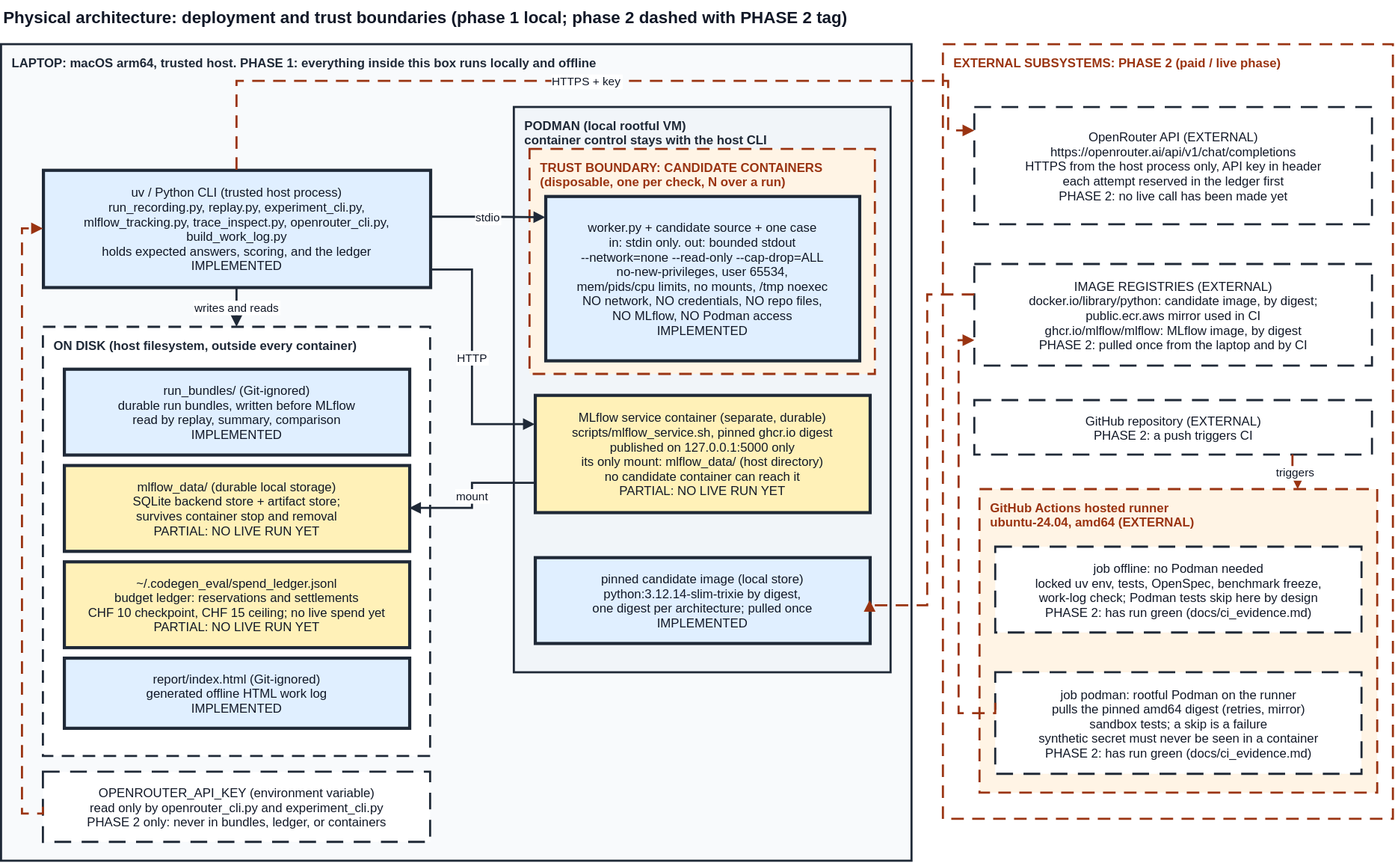
Above: docs/architecture_physical.drawio.svg in jolbax-training/cas_aml_mlops_project (draw.io), before the change. Source tidied: cells renumbered, new cells last; positions are measured from the earlier drawing's top-left corner, leaving out a move shared by most shapes. Source of this version:
```xml
<mxGraphModel>
  <root>
    <mxCell id="0" />
    <mxCell id="1" parent="0" />
    <mxCell id="2" value="Physical architecture: deployment and trust boundaries (phase 1 local; phase 2 dashed with PHASE 2 tag)" style="text;html=0;strokeColor=none;fillColor=none;align=left;verticalAlign=top;fontSize=16;fontStyle=1;fontColor=#111827;fontFamily=Helvetica;" parent="1" vertex="1">
      <mxGeometry width="1300" height="24" as="geometry" />
    </mxCell>
    <mxCell id="3" value="LAPTOP: macOS arm64, trusted host. PHASE 1: everything inside this box runs locally and offline" style="rounded=0;html=0;fillColor=#F8FAFC;strokeColor=#1F2937;strokeWidth=2;verticalAlign=top;align=left;spacingLeft=8;spacingTop=4;fontSize=12;fontStyle=1;fontColor=#1F2937;fontFamily=Helvetica;" parent="1" vertex="1">
      <mxGeometry y="42" width="870" height="780" as="geometry" />
    </mxCell>
    <mxCell id="4" value="uv / Python CLI (trusted host process)&#10;run_recording.py, replay.py, experiment_cli.py,&#10;mlflow_tracking.py, trace_inspect.py, openrouter_cli.py,&#10;build_work_log.py&#10;holds expected answers, scoring, and the ledger&#10;IMPLEMENTED" style="rounded=0;html=0;fillColor=#E0EFFF;strokeColor=#1F2937;strokeWidth=3;fontSize=12;fontColor=#111827;fontFamily=Helvetica;" parent="1" vertex="1">
      <mxGeometry x="40" y="162" width="370" height="112" as="geometry" />
    </mxCell>
    <mxCell id="5" value="ON DISK (host filesystem, outside every container)" style="rounded=0;html=0;fillColor=#FFFFFF;strokeColor=#1F2937;strokeWidth=2;dashed=1;dashPattern=6 4;verticalAlign=top;align=left;spacingLeft=8;spacingTop=4;fontSize=12;fontStyle=1;fontColor=#1F2937;fontFamily=Helvetica;" parent="1" vertex="1">
      <mxGeometry x="40" y="312" width="370" height="410" as="geometry" />
    </mxCell>
    <mxCell id="6" value="run_bundles/ (Git-ignored)&#10;durable run bundles, written before MLflow&#10;read by replay, summary, comparison&#10;IMPLEMENTED" style="rounded=0;html=0;fillColor=#E0EFFF;strokeColor=#1F2937;strokeWidth=3;fontSize=12;fontColor=#111827;fontFamily=Helvetica;" parent="1" vertex="1">
      <mxGeometry x="60" y="352" width="330" height="82" as="geometry" />
    </mxCell>
    <mxCell id="7" value="mlflow_data/ (durable local storage)&#10;SQLite backend store + artifact store;&#10;survives container stop and removal&#10;PARTIAL: NO LIVE RUN YET" style="rounded=0;html=0;fillColor=#FFF1B8;strokeColor=#1F2937;strokeWidth=3;fontSize=12;fontColor=#111827;fontFamily=Helvetica;" parent="1" vertex="1">
      <mxGeometry x="60" y="444" width="330" height="82" as="geometry" />
    </mxCell>
    <mxCell id="8" value="~/.codegen_eval/spend_ledger.jsonl&#10;budget ledger: reservations and settlements&#10;CHF 10 checkpoint, CHF 15 ceiling; no live spend yet&#10;PARTIAL: NO LIVE RUN YET" style="rounded=0;html=0;fillColor=#FFF1B8;strokeColor=#1F2937;strokeWidth=3;fontSize=12;fontColor=#111827;fontFamily=Helvetica;" parent="1" vertex="1">
      <mxGeometry x="60" y="536" width="330" height="82" as="geometry" />
    </mxCell>
    <mxCell id="9" value="report/index.html (Git-ignored)&#10;generated offline HTML work log&#10;IMPLEMENTED" style="rounded=0;html=0;fillColor=#E0EFFF;strokeColor=#1F2937;strokeWidth=3;fontSize=12;fontColor=#111827;fontFamily=Helvetica;" parent="1" vertex="1">
      <mxGeometry x="60" y="628" width="330" height="67" as="geometry" />
    </mxCell>
    <mxCell id="10" value="PODMAN (local rootful VM)&#10;container control stays with the host CLI" style="rounded=0;html=0;fillColor=#F1F5F9;strokeColor=#1F2937;strokeWidth=2;verticalAlign=top;align=left;spacingLeft=8;spacingTop=4;fontSize=12;fontStyle=1;fontColor=#1F2937;fontFamily=Helvetica;" parent="1" vertex="1">
      <mxGeometry x="490" y="102" width="360" height="540" as="geometry" />
    </mxCell>
    <mxCell id="11" value="TRUST BOUNDARY: CANDIDATE CONTAINERS&#10;(disposable, one per check, N over a run)" style="rounded=0;html=0;fillColor=#FFF4E5;strokeColor=#9A3412;strokeWidth=2;dashed=1;dashPattern=6 4;verticalAlign=top;align=left;spacingLeft=8;spacingTop=4;fontSize=12;fontStyle=1;fontColor=#9A3412;fontFamily=Helvetica;" parent="1" vertex="1">
      <mxGeometry x="505" y="142" width="330" height="215" as="geometry" />
    </mxCell>
    <mxCell id="12" value="worker.py + candidate source + one case&#10;in: stdin only. out: bounded stdout&#10;--network=none --read-only --cap-drop=ALL&#10;no-new-privileges, user 65534,&#10;mem/pids/cpu limits, no mounts, /tmp noexec&#10;NO network, NO credentials, NO repo files,&#10;NO MLflow, NO Podman access&#10;IMPLEMENTED" style="rounded=0;html=0;fillColor=#E0EFFF;strokeColor=#1F2937;strokeWidth=3;fontSize=12;fontColor=#111827;fontFamily=Helvetica;" parent="1" vertex="1">
      <mxGeometry x="520" y="187" width="300" height="157" as="geometry" />
    </mxCell>
    <mxCell id="13" value="MLflow service container (separate, durable)&#10;scripts/mlflow_service.sh, pinned ghcr.io digest&#10;published on 127.0.0.1:5000 only&#10;its only mount: mlflow_data/ (host directory)&#10;no candidate container can reach it&#10;PARTIAL: NO LIVE RUN YET" style="rounded=0;html=0;fillColor=#FFF1B8;strokeColor=#1F2937;strokeWidth=3;fontSize=12;fontColor=#111827;fontFamily=Helvetica;" parent="1" vertex="1">
      <mxGeometry x="510" y="377" width="320" height="112" as="geometry" />
    </mxCell>
    <mxCell id="14" value="pinned candidate image (local store)&#10;python:3.12.14-slim-trixie by digest,&#10;one digest per architecture; pulled once&#10;IMPLEMENTED" style="rounded=0;html=0;fillColor=#E0EFFF;strokeColor=#1F2937;strokeWidth=3;fontSize=12;fontColor=#111827;fontFamily=Helvetica;" parent="1" vertex="1">
      <mxGeometry x="510" y="532" width="320" height="82" as="geometry" />
    </mxCell>
    <mxCell id="15" value="stdio" style="edgeStyle=orthogonalEdgeStyle;html=0;rounded=0;strokeColor=#1F2937;strokeWidth=2;endArrow=block;endFill=1;fontSize=11;fontColor=#111827;fontFamily=Helvetica;labelBackgroundColor=#FFFFFF;exitX=1;exitY=0.4;exitDx=0;exitDy=0;entryX=0;entryY=0.13;entryDx=0;entryDy=0;" parent="1" edge="1" source="4" target="12">
      <mxGeometry relative="1" as="geometry" />
    </mxCell>
    <mxCell id="16" value="writes and reads" style="edgeStyle=orthogonalEdgeStyle;html=0;rounded=0;strokeColor=#1F2937;strokeWidth=2;endArrow=block;endFill=1;fontSize=11;fontColor=#111827;fontFamily=Helvetica;labelBackgroundColor=#FFFFFF;exitX=0.5;exitY=1;exitDx=0;exitDy=0;entryX=0.5;entryY=0;entryDx=0;entryDy=0;" parent="1" edge="1" source="4" target="5">
      <mxGeometry relative="1" as="geometry" />
    </mxCell>
    <mxCell id="17" value="HTTP" style="edgeStyle=orthogonalEdgeStyle;html=0;rounded=0;strokeColor=#1F2937;strokeWidth=2;endArrow=block;endFill=1;fontSize=11;fontColor=#111827;fontFamily=Helvetica;labelBackgroundColor=#FFFFFF;exitX=1;exitY=0.85;exitDx=0;exitDy=0;entryX=0;entryY=0.25;entryDx=0;entryDy=0;" parent="1" edge="1" source="4" target="13">
      <mxGeometry relative="1" as="geometry">
        <Array as="points">
          <mxPoint x="450" y="257" />
          <mxPoint x="450" y="405" />
        </Array>
      </mxGeometry>
    </mxCell>
    <mxCell id="18" value="mount" style="edgeStyle=orthogonalEdgeStyle;html=0;rounded=0;strokeColor=#1F2937;strokeWidth=2;endArrow=block;endFill=1;fontSize=11;fontColor=#111827;fontFamily=Helvetica;labelBackgroundColor=#FFFFFF;exitX=0;exitY=0.75;exitDx=0;exitDy=0;entryX=1;entryY=0.5;entryDx=0;entryDy=0;" parent="1" edge="1" source="13" target="7">
      <mxGeometry relative="1" as="geometry" />
    </mxCell>
    <mxCell id="19" value="phase2" parent="0" />
    <mxCell id="20" value="OPENROUTER_API_KEY (environment variable)&#10;read only by openrouter_cli.py and experiment_cli.py&#10;PHASE 2 only: never in bundles, ledger, or containers" style="rounded=0;html=0;fillColor=#FFFFFF;strokeColor=#1F2937;strokeWidth=2;dashed=1;dashPattern=8 5;fontSize=12;fontColor=#111827;fontFamily=Helvetica;" parent="19" vertex="1">
      <mxGeometry x="40" y="737" width="370" height="67" as="geometry" />
    </mxCell>
    <mxCell id="21" value="EXTERNAL SUBSYSTEMS: PHASE 2 (paid / live phase)" style="rounded=0;html=0;fillColor=#FFFFFF;strokeColor=#9A3412;strokeWidth=2;dashed=1;dashPattern=6 4;verticalAlign=top;align=left;spacingLeft=8;spacingTop=4;fontSize=12;fontStyle=1;fontColor=#9A3412;fontFamily=Helvetica;" parent="19" vertex="1">
      <mxGeometry x="900" y="42" width="430" height="740" as="geometry" />
    </mxCell>
    <mxCell id="22" value="OpenRouter API (EXTERNAL)&#10;https://openrouter.ai/api/v1/chat/completions&#10;HTTPS from the host process only, API key in header&#10;each attempt reserved in the ledger first&#10;PHASE 2: no live call has been made yet" style="rounded=0;html=0;fillColor=#FFFFFF;strokeColor=#1F2937;strokeWidth=2;dashed=1;dashPattern=8 5;fontSize=12;fontColor=#111827;fontFamily=Helvetica;" parent="19" vertex="1">
      <mxGeometry x="930" y="102" width="380" height="112" as="geometry" />
    </mxCell>
    <mxCell id="23" value="IMAGE REGISTRIES (EXTERNAL)&#10;docker.io/library/python: candidate image, by digest;&#10;public.ecr.aws mirror used in CI&#10;ghcr.io/mlflow/mlflow: MLflow image, by digest&#10;PHASE 2: pulled once from the laptop and by CI" style="rounded=0;html=0;fillColor=#FFFFFF;strokeColor=#1F2937;strokeWidth=2;dashed=1;dashPattern=8 5;fontSize=12;fontColor=#111827;fontFamily=Helvetica;" parent="19" vertex="1">
      <mxGeometry x="930" y="252" width="380" height="97" as="geometry" />
    </mxCell>
    <mxCell id="24" value="GitHub repository (EXTERNAL)&#10;PHASE 2: a push triggers CI" style="rounded=0;html=0;fillColor=#FFFFFF;strokeColor=#1F2937;strokeWidth=2;dashed=1;dashPattern=8 5;fontSize=12;fontColor=#111827;fontFamily=Helvetica;" parent="19" vertex="1">
      <mxGeometry x="930" y="382" width="380" height="52" as="geometry" />
    </mxCell>
    <mxCell id="25" value="GitHub Actions hosted runner&#10;ubuntu-24.04, amd64 (EXTERNAL)" style="rounded=0;html=0;fillColor=#FFF4E5;strokeColor=#9A3412;strokeWidth=2;dashed=1;dashPattern=6 4;verticalAlign=top;align=left;spacingLeft=8;spacingTop=4;fontSize=12;fontStyle=1;fontColor=#9A3412;fontFamily=Helvetica;" parent="19" vertex="1">
      <mxGeometry x="935" y="467" width="380" height="290" as="geometry" />
    </mxCell>
    <mxCell id="26" value="job offline: no Podman needed&#10;locked uv env, tests, OpenSpec, benchmark freeze,&#10;work-log check; Podman tests skip here by design&#10;PHASE 2: has run green (docs/ci_evidence.md)" style="rounded=0;html=0;fillColor=#FFFFFF;strokeColor=#1F2937;strokeWidth=2;dashed=1;dashPattern=8 5;fontSize=12;fontColor=#111827;fontFamily=Helvetica;" parent="19" vertex="1">
      <mxGeometry x="950" y="522" width="350" height="82" as="geometry" />
    </mxCell>
    <mxCell id="27" value="job podman: rootful Podman on the runner&#10;pulls the pinned amd64 digest (retries, mirror)&#10;sandbox tests; a skip is a failure&#10;synthetic secret must never be seen in a container&#10;PHASE 2: has run green (docs/ci_evidence.md)" style="rounded=0;html=0;fillColor=#FFFFFF;strokeColor=#1F2937;strokeWidth=2;dashed=1;dashPattern=8 5;fontSize=12;fontColor=#111827;fontFamily=Helvetica;" parent="19" vertex="1">
      <mxGeometry x="950" y="642" width="350" height="97" as="geometry" />
    </mxCell>
    <mxCell id="28" style="edgeStyle=orthogonalEdgeStyle;html=0;rounded=0;strokeColor=#9A3412;strokeWidth=2;dashed=1;dashPattern=6 4;endArrow=block;endFill=1;fontSize=11;fontColor=#111827;fontFamily=Helvetica;labelBackgroundColor=#FFFFFF;exitX=0;exitY=0.5;exitDx=0;exitDy=0;entryX=0;entryY=0.5;entryDx=0;entryDy=0;" parent="19" edge="1" source="20" target="4">
      <mxGeometry relative="1" as="geometry">
        <Array as="points">
          <mxPoint x="20" y="777" />
          <mxPoint x="20" y="218" />
        </Array>
      </mxGeometry>
    </mxCell>
    <mxCell id="29" value="HTTPS + key" style="edgeStyle=orthogonalEdgeStyle;html=0;rounded=0;strokeColor=#9A3412;strokeWidth=2;dashed=1;dashPattern=6 4;endArrow=block;endFill=1;fontSize=11;fontColor=#111827;fontFamily=Helvetica;labelBackgroundColor=#FFFFFF;exitX=0.5;exitY=0;exitDx=0;exitDy=0;entryX=0;entryY=0.2;entryDx=0;entryDy=0;" parent="19" edge="1" source="4" target="22">
      <mxGeometry relative="1" as="geometry">
        <Array as="points">
          <mxPoint x="225" y="77" />
          <mxPoint x="905" y="77" />
          <mxPoint x="905" y="124" />
        </Array>
      </mxGeometry>
    </mxCell>
    <mxCell id="30" style="edgeStyle=orthogonalEdgeStyle;html=0;rounded=0;strokeColor=#9A3412;strokeWidth=2;dashed=1;dashPattern=6 4;endArrow=block;endFill=1;fontSize=11;fontColor=#111827;fontFamily=Helvetica;labelBackgroundColor=#FFFFFF;exitX=0;exitY=0.3;exitDx=0;exitDy=0;entryX=1;entryY=0.5;entryDx=0;entryDy=0;" parent="19" edge="1" source="23" target="14">
      <mxGeometry relative="1" as="geometry">
        <Array as="points">
          <mxPoint x="885" y="281" />
          <mxPoint x="885" y="578" />
        </Array>
      </mxGeometry>
    </mxCell>
    <mxCell id="31" style="edgeStyle=orthogonalEdgeStyle;html=0;rounded=0;strokeColor=#9A3412;strokeWidth=2;dashed=1;dashPattern=6 4;endArrow=block;endFill=1;fontSize=11;fontColor=#111827;fontFamily=Helvetica;labelBackgroundColor=#FFFFFF;exitX=0;exitY=0.3;exitDx=0;exitDy=0;entryX=0;entryY=0.75;entryDx=0;entryDy=0;" parent="19" edge="1" source="27" target="23">
      <mxGeometry relative="1" as="geometry">
        <Array as="points">
          <mxPoint x="915" y="681" />
          <mxPoint x="915" y="325" />
        </Array>
      </mxGeometry>
    </mxCell>
    <mxCell id="32" value="triggers" style="edgeStyle=orthogonalEdgeStyle;html=0;rounded=0;strokeColor=#9A3412;strokeWidth=2;dashed=1;dashPattern=6 4;endArrow=block;endFill=1;fontSize=11;fontColor=#111827;fontFamily=Helvetica;labelBackgroundColor=#FFFFFF;exitX=0.8;exitY=1;exitDx=0;exitDy=0;entryX=0.8;entryY=0;entryDx=0;entryDy=0;" parent="19" edge="1" source="24" target="25">
      <mxGeometry relative="1" as="geometry" />
    </mxCell>
  </root>
</mxGraphModel>
```
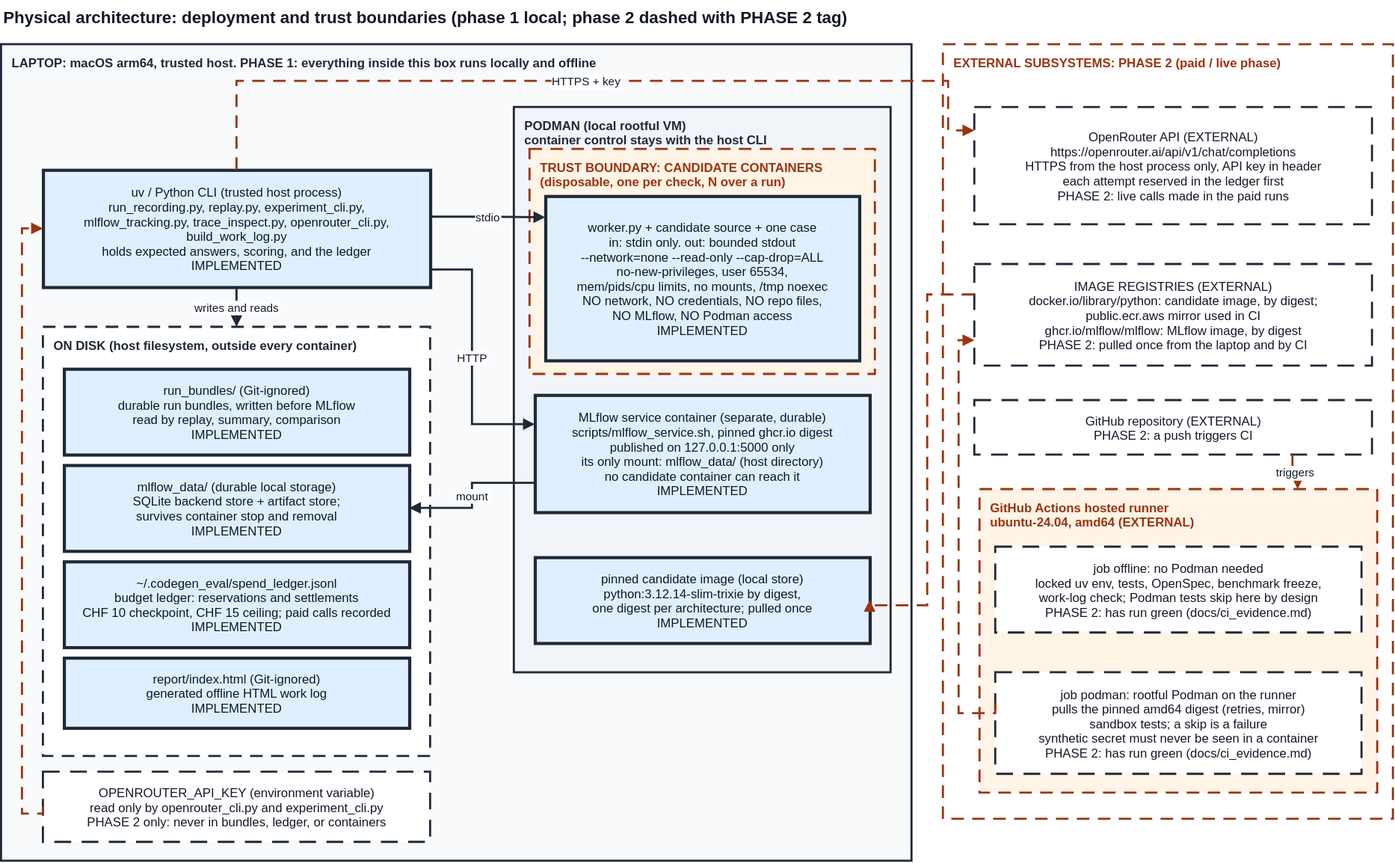
After the commit.

Change to the diagram source:
```diff
@@ -17,10 +17,10 @@
     <mxCell id="6" value="run_bundles/ (Git-ignored)&#10;durable run bundles, written before MLflow&#10;read by replay, summary, comparison&#10;IMPLEMENTED" style="rounded=0;html=0;fillColor=#E0EFFF;strokeColor=#1F2937;strokeWidth=3;fontSize=12;fontColor=#111827;fontFamily=Helvetica;" parent="1" vertex="1">
       <mxGeometry x="60" y="352" width="330" height="82" as="geometry" />
     </mxCell>
-    <mxCell id="7" value="mlflow_data/ (durable local storage)&#10;SQLite backend store + artifact store;&#10;survives container stop and removal&#10;PARTIAL: NO LIVE RUN YET" style="rounded=0;html=0;fillColor=#FFF1B8;strokeColor=#1F2937;strokeWidth=3;fontSize=12;fontColor=#111827;fontFamily=Helvetica;" parent="1" vertex="1">
+    <mxCell id="7" value="mlflow_data/ (durable local storage)&#10;SQLite backend store + artifact store;&#10;survives container stop and removal&#10;IMPLEMENTED" style="rounded=0;html=0;fillColor=#E0EFFF;strokeColor=#1F2937;strokeWidth=3;fontSize=12;fontColor=#111827;fontFamily=Helvetica;" parent="1" vertex="1">
       <mxGeometry x="60" y="444" width="330" height="82" as="geometry" />
     </mxCell>
-    <mxCell id="8" value="~/.codegen_eval/spend_ledger.jsonl&#10;budget ledger: reservations and settlements&#10;CHF 10 checkpoint, CHF 15 ceiling; no live spend yet&#10;PARTIAL: NO LIVE RUN YET" style="rounded=0;html=0;fillColor=#FFF1B8;strokeColor=#1F2937;strokeWidth=3;fontSize=12;fontColor=#111827;fontFamily=Helvetica;" parent="1" vertex="1">
+    <mxCell id="8" value="~/.codegen_eval/spend_ledger.jsonl&#10;budget ledger: reservations and settlements&#10;CHF 10 checkpoint, CHF 15 ceiling; paid calls recorded&#10;IMPLEMENTED" style="rounded=0;html=0;fillColor=#E0EFFF;strokeColor=#1F2937;strokeWidth=3;fontSize=12;fontColor=#111827;fontFamily=Helvetica;" parent="1" vertex="1">
       <mxGeometry x="60" y="536" width="330" height="82" as="geometry" />
     </mxCell>
     <mxCell id="9" value="report/index.html (Git-ignored)&#10;generated offline HTML work log&#10;IMPLEMENTED" style="rounded=0;html=0;fillColor=#E0EFFF;strokeColor=#1F2937;strokeWidth=3;fontSize=12;fontColor=#111827;fontFamily=Helvetica;" parent="1" vertex="1">
@@ -35,7 +35,7 @@
     <mxCell id="12" value="worker.py + candidate source + one case&#10;in: stdin only. out: bounded stdout&#10;--network=none --read-only --cap-drop=ALL&#10;no-new-privileges, user 65534,&#10;mem/pids/cpu limits, no mounts, /tmp noexec&#10;NO network, NO credentials, NO repo files,&#10;NO MLflow, NO Podman access&#10;IMPLEMENTED" style="rounded=0;html=0;fillColor=#E0EFFF;strokeColor=#1F2937;strokeWidth=3;fontSize=12;fontColor=#111827;fontFamily=Helvetica;" parent="1" vertex="1">
       <mxGeometry x="520" y="187" width="300" height="157" as="geometry" />
     </mxCell>
-    <mxCell id="13" value="MLflow service container (separate, durable)&#10;scripts/mlflow_service.sh, pinned ghcr.io digest&#10;published on 127.0.0.1:5000 only&#10;its only mount: mlflow_data/ (host directory)&#10;no candidate container can reach it&#10;PARTIAL: NO LIVE RUN YET" style="rounded=0;html=0;fillColor=#FFF1B8;strokeColor=#1F2937;strokeWidth=3;fontSize=12;fontColor=#111827;fontFamily=Helvetica;" parent="1" vertex="1">
+    <mxCell id="13" value="MLflow service container (separate, durable)&#10;scripts/mlflow_service.sh, pinned ghcr.io digest&#10;published on 127.0.0.1:5000 only&#10;its only mount: mlflow_data/ (host directory)&#10;no candidate container can reach it&#10;IMPLEMENTED" style="rounded=0;html=0;fillColor=#E0EFFF;strokeColor=#1F2937;strokeWidth=3;fontSize=12;fontColor=#111827;fontFamily=Helvetica;" parent="1" vertex="1">
       <mxGeometry x="510" y="377" width="320" height="112" as="geometry" />
     </mxCell>
     <mxCell id="14" value="pinned candidate image (local store)&#10;python:3.12.14-slim-trixie by digest,&#10;one digest per architecture; pulled once&#10;IMPLEMENTED" style="rounded=0;html=0;fillColor=#E0EFFF;strokeColor=#1F2937;strokeWidth=3;fontSize=12;fontColor=#111827;fontFamily=Helvetica;" parent="1" vertex="1">
@@ -65,7 +65,7 @@
     <mxCell id="21" value="EXTERNAL SUBSYSTEMS: PHASE 2 (paid / live phase)" style="rounded=0;html=0;fillColor=#FFFFFF;strokeColor=#9A3412;strokeWidth=2;dashed=1;dashPattern=6 4;verticalAlign=top;align=left;spacingLeft=8;spacingTop=4;fontSize=12;fontStyle=1;fontColor=#9A3412;fontFamily=Helvetica;" parent="19" vertex="1">
       <mxGeometry x="900" y="42" width="430" height="740" as="geometry" />
     </mxCell>
-    <mxCell id="22" value="OpenRouter API (EXTERNAL)&#10;https://openrouter.ai/api/v1/chat/completions&#10;HTTPS from the host process only, API key in header&#10;each attempt reserved in the ledger first&#10;PHASE 2: no live call has been made yet" style="rounded=0;html=0;fillColor=#FFFFFF;strokeColor=#1F2937;strokeWidth=2;dashed=1;dashPattern=8 5;fontSize=12;fontColor=#111827;fontFamily=Helvetica;" parent="19" vertex="1">
+    <mxCell id="22" value="OpenRouter API (EXTERNAL)&#10;https://openrouter.ai/api/v1/chat/completions&#10;HTTPS from the host process only, API key in header&#10;each attempt reserved in the ledger first&#10;PHASE 2: live calls made in the paid runs" style="rounded=0;html=0;fillColor=#FFFFFF;strokeColor=#1F2937;strokeWidth=2;dashed=1;dashPattern=8 5;fontSize=12;fontColor=#111827;fontFamily=Helvetica;" parent="19" vertex="1">
       <mxGeometry x="930" y="102" width="380" height="112" as="geometry" />
     </mxCell>
     <mxCell id="23" value="IMAGE REGISTRIES (EXTERNAL)&#10;docker.io/library/python: candidate image, by digest;&#10;public.ecr.aws mirror used in CI&#10;ghcr.io/mlflow/mlflow: MLflow image, by digest&#10;PHASE 2: pulled once from the laptop and by CI" style="rounded=0;html=0;fillColor=#FFFFFF;strokeColor=#1F2937;strokeWidth=2;dashed=1;dashPattern=8 5;fontSize=12;fontColor=#111827;fontFamily=Helvetica;" parent="19" vertex="1">
```
